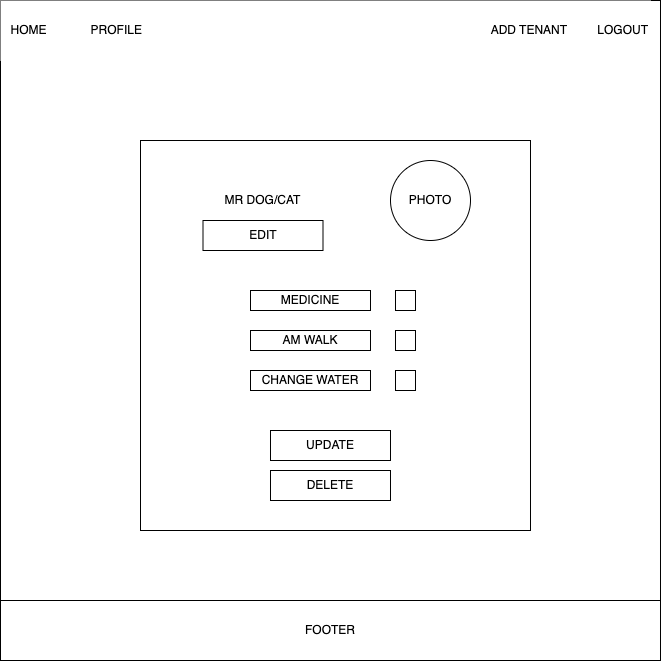
Above: wireframes/tenant-screen.drawio.png in mHaines9219/ShelterHelper (draw.io), before the change. Source tidied: cells renumbered, new cells last; positions are measured from the earlier drawing's top-left corner, leaving out a move shared by most shapes.
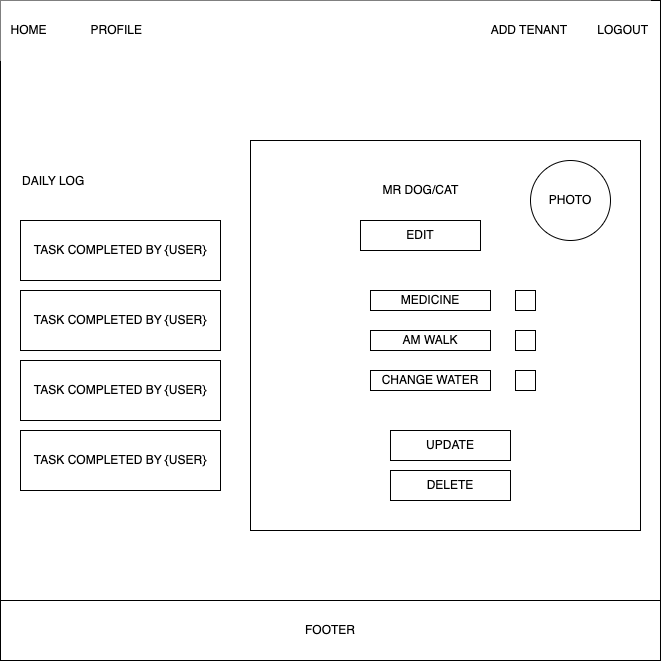
Later version of the same file.

What changed in the source:
```diff
@@ -3,19 +3,19 @@
     <mxCell id="0" />
     <mxCell id="1" parent="0" />
     <mxCell id="2" style="whiteSpace=wrap;html=1;" parent="1" vertex="1">
-      <mxGeometry width="660" height="660" as="geometry" />
+      <mxGeometry x="-120" width="660" height="660" as="geometry" />
     </mxCell>
     <mxCell id="3" value="&lt;div style=&quot;&quot;&gt;&lt;span style=&quot;background-color: initial;&quot;&gt;HOME&lt;span style=&quot;white-space: pre;&quot;&gt;&#9;&lt;span style=&quot;white-space: pre;&quot;&gt;&#9;&lt;/span&gt;&lt;/span&gt;PROFILE&lt;span style=&quot;white-space: pre;&quot;&gt;&#9;&lt;/span&gt;&lt;span style=&quot;white-space: pre;&quot;&gt;&#9;&lt;/span&gt;&lt;span style=&quot;white-space: pre;&quot;&gt;&#9;&lt;/span&gt;&lt;span style=&quot;white-space: pre;&quot;&gt;&#9;&lt;/span&gt;&lt;span style=&quot;white-space: pre;&quot;&gt;&#9;&lt;/span&gt;&lt;span style=&quot;white-space: pre;&quot;&gt;&#9;&lt;/span&gt;&lt;span style=&quot;white-space: pre;&quot;&gt;&#9;&lt;/span&gt;&lt;span style=&quot;white-space: pre;&quot;&gt;&#9;&lt;/span&gt;&lt;span style=&quot;white-space: pre;&quot;&gt;&#9;&lt;/span&gt;&lt;span style=&quot;white-space: pre;&quot;&gt;&#9;&lt;/span&gt;&lt;span style=&quot;white-space: pre;&quot;&gt;&#9;&lt;span style=&quot;white-space: pre;&quot;&gt;&#9;&lt;/span&gt;&lt;span style=&quot;white-space: pre;&quot;&gt;&#9;&lt;/span&gt;&lt;span style=&quot;white-space: pre;&quot;&gt;&#9;&lt;/span&gt;A&lt;/span&gt;DD TENANT&lt;span style=&quot;white-space: pre;&quot;&gt;&#9;&lt;/span&gt;&lt;span style=&quot;white-space: pre;&quot;&gt;&#9;&lt;/span&gt;&lt;/span&gt;&lt;span style=&quot;background-color: initial;&quot;&gt;LOGOUT&lt;/span&gt;&lt;/div&gt;" style="rounded=0;whiteSpace=wrap;html=1;align=right;strokeColor=none;" parent="1" vertex="1">
-      <mxGeometry width="650" height="60" as="geometry" />
+      <mxGeometry x="-120" width="650" height="60" as="geometry" />
     </mxCell>
     <mxCell id="4" value="FOOTER" style="rounded=0;whiteSpace=wrap;html=1;" parent="1" vertex="1">
-      <mxGeometry y="600" width="660" height="60" as="geometry" />
+      <mxGeometry x="-120" y="600" width="660" height="60" as="geometry" />
     </mxCell>
     <mxCell id="5" style="whiteSpace=wrap;html=1;" parent="1" vertex="1">
-      <mxGeometry x="140" y="140" width="390" height="390" as="geometry" />
+      <mxGeometry x="130" y="140" width="390" height="390" as="geometry" />
     </mxCell>
     <mxCell id="6" value="MR DOG/CAT" style="rounded=1;whiteSpace=wrap;html=1;fillColor=none;strokeColor=none;" parent="1" vertex="1">
-      <mxGeometry x="110" y="170" width="305" height="60" as="geometry" />
+      <mxGeometry x="147.5" y="160" width="305" height="60" as="geometry" />
     </mxCell>
     <mxCell id="7" style="whiteSpace=wrap;html=1;fillColor=none;" parent="1" vertex="1">
       <mxGeometry x="395" y="290" width="20" height="20" as="geometry" />
@@ -26,8 +26,11 @@
     <mxCell id="9" style="whiteSpace=wrap;html=1;fillColor=none;" parent="1" vertex="1">
       <mxGeometry x="395" y="370" width="20" height="20" as="geometry" />
     </mxCell>
+    <mxCell id="17" value="DAILY LOG&lt;br&gt;&lt;br&gt;&lt;br&gt;&lt;br&gt;&lt;br&gt;&lt;br&gt;&lt;br&gt;&lt;br&gt;&lt;br&gt;&lt;br&gt;&lt;br&gt;&lt;br&gt;&lt;br&gt;&lt;br&gt;&lt;br&gt;&lt;br&gt;&lt;br&gt;&lt;br&gt;&lt;br&gt;&lt;br&gt;&lt;br&gt;" style="whiteSpace=wrap;html=1;strokeColor=none;fillColor=none;align=left;" parent="1" vertex="1">
+      <mxGeometry x="-100" y="130" width="390" height="390" as="geometry" />
+    </mxCell>
     <mxCell id="10" value="PHOTO" style="ellipse;whiteSpace=wrap;html=1;" parent="1" vertex="1">
-      <mxGeometry x="390" y="160" width="80" height="80" as="geometry" />
+      <mxGeometry x="410" y="160" width="80" height="80" as="geometry" />
     </mxCell>
     <mxCell id="11" value="MEDICINE" style="rounded=0;whiteSpace=wrap;html=1;" parent="1" vertex="1">
       <mxGeometry x="250" y="290" width="120" height="20" as="geometry" />
@@ -39,7 +42,7 @@
       <mxGeometry x="250" y="370" width="120" height="20" as="geometry" />
     </mxCell>
     <mxCell id="14" value="EDIT" style="rounded=0;whiteSpace=wrap;html=1;" parent="1" vertex="1">
-      <mxGeometry x="202.5" y="220" width="120" height="30" as="geometry" />
+      <mxGeometry x="240" y="220" width="120" height="30" as="geometry" />
     </mxCell>
     <mxCell id="15" value="UPDATE" style="rounded=0;whiteSpace=wrap;html=1;" parent="1" vertex="1">
       <mxGeometry x="270" y="430" width="120" height="30" as="geometry" />
@@ -47,5 +50,17 @@
     <mxCell id="16" value="DELETE" style="rounded=0;whiteSpace=wrap;html=1;" parent="1" vertex="1">
       <mxGeometry x="270" y="470" width="120" height="30" as="geometry" />
     </mxCell>
+    <mxCell id="18" value="TASK COMPLETED BY {USER}" style="rounded=0;whiteSpace=wrap;html=1;fillColor=none;" parent="1" vertex="1">
+      <mxGeometry x="-100" y="220" width="200" height="60" as="geometry" />
+    </mxCell>
+    <mxCell id="19" value="TASK COMPLETED BY {USER}" style="rounded=0;whiteSpace=wrap;html=1;fillColor=none;" parent="1" vertex="1">
+      <mxGeometry x="-100" y="290" width="200" height="60" as="geometry" />
+    </mxCell>
+    <mxCell id="20" value="TASK COMPLETED BY {USER}" style="rounded=0;whiteSpace=wrap;html=1;fillColor=none;" parent="1" vertex="1">
+      <mxGeometry x="-100" y="360" width="200" height="60" as="geometry" />
+    </mxCell>
+    <mxCell id="21" value="TASK COMPLETED BY {USER}" style="rounded=0;whiteSpace=wrap;html=1;fillColor=none;" parent="1" vertex="1">
+      <mxGeometry x="-100" y="430" width="200" height="60" as="geometry" />
+    </mxCell>
   </root>
 </mxGraphModel>
```
